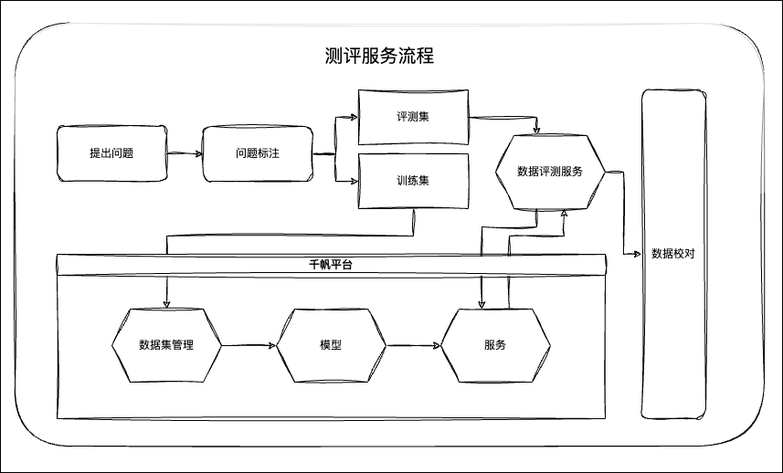
Before: chatbi/评测服务流程.drawio.png, a diagram exported from draw.io (cavaljames/work-diagrams). Source tidied: cells renumbered, new cells last; positions are measured from the earlier drawing's top-left corner, leaving out a move shared by most shapes.
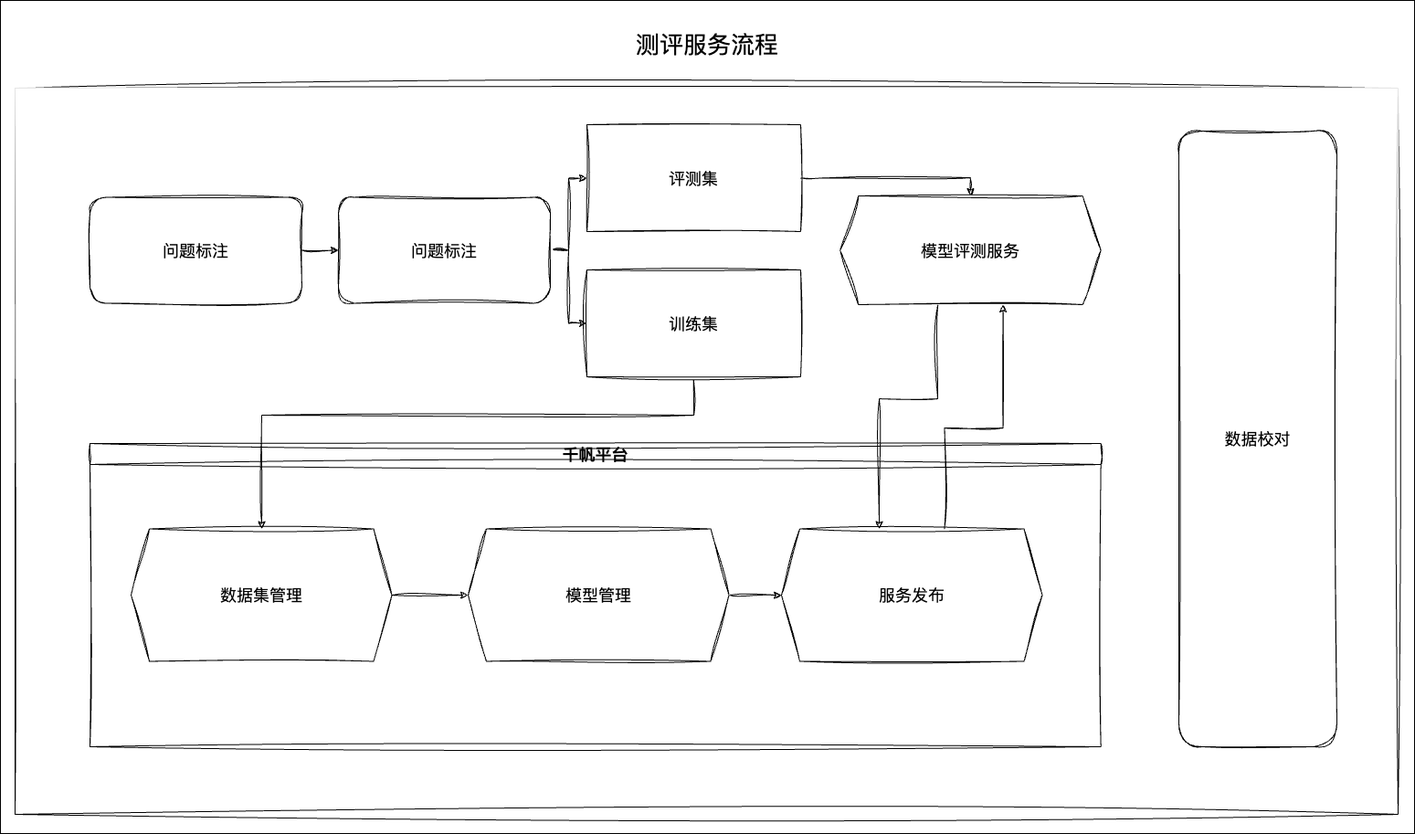
The same file after the commit.

Commit message:
更新评测服务流程.drawio.png

The edit, as a diff of the source:
```diff
@@ -3,88 +3,85 @@
     <mxCell id="0" />
     <mxCell id="1" parent="0" />
     <mxCell id="2" style="rounded=0;whiteSpace=wrap;html=1;hachureGap=4;fontFamily=Architects Daughter;fontSource=https%3A%2F%2Ffonts.googleapis.com%2Fcss%3Ffamily%3DArchitects%2BDaughter;fontSize=20;" parent="1" vertex="1">
-      <mxGeometry width="856" height="517" as="geometry" />
+      <mxGeometry x="38" y="-921" width="1548" height="912" as="geometry" />
     </mxCell>
-    <mxCell id="3" style="rounded=1;whiteSpace=wrap;html=1;sketch=1;hachureGap=4;jiggle=2;curveFitting=1;fontFamily=Architects Daughter;fontSource=https%3A%2F%2Ffonts.googleapis.com%2Fcss%3Ffamily%3DArchitects%2BDaughter;fontSize=20;align=center;shadow=0;glass=1;" parent="1" vertex="1">
-      <mxGeometry x="16" y="25" width="820" height="463" as="geometry" />
+    <mxCell id="3" style="rounded=0;whiteSpace=wrap;html=1;sketch=1;hachureGap=4;jiggle=2;curveFitting=1;fontFamily=Architects Daughter;fontSource=https%3A%2F%2Ffonts.googleapis.com%2Fcss%3Ffamily%3DArchitects%2BDaughter;fontSize=20;align=center;shadow=0;glass=1;" parent="1" vertex="1">
+      <mxGeometry x="54" y="-825" width="1514" height="795" as="geometry" />
     </mxCell>
-    <mxCell id="4" style="edgeStyle=orthogonalEdgeStyle;rounded=0;jettySize=auto;html=1;labelBackgroundColor=none;fontColor=default;sketch=1;curveFitting=1;jiggle=2;" parent="1" edge="1" source="5" target="8">
-      <mxGeometry relative="1" as="geometry" />
-    </mxCell>
-    <mxCell id="5" value="提出问题" style="rounded=1;whiteSpace=wrap;html=1;labelBackgroundColor=none;sketch=1;curveFitting=1;jiggle=2;" parent="1" vertex="1">
-      <mxGeometry x="62" y="138" width="120" height="60" as="geometry" />
-    </mxCell>
-    <mxCell id="6" style="edgeStyle=orthogonalEdgeStyle;rounded=0;jettySize=auto;html=1;entryX=0;entryY=0.5;entryDx=0;entryDy=0;labelBackgroundColor=none;fontColor=default;sketch=1;curveFitting=1;jiggle=2;" parent="1" edge="1" source="8" target="10">
-      <mxGeometry relative="1" as="geometry" />
-    </mxCell>
-    <mxCell id="7" style="edgeStyle=orthogonalEdgeStyle;rounded=0;jettySize=auto;html=1;exitX=1;exitY=0.5;exitDx=0;exitDy=0;entryX=0;entryY=0.5;entryDx=0;entryDy=0;labelBackgroundColor=none;fontColor=default;sketch=1;curveFitting=1;jiggle=2;" parent="1" edge="1" source="8" target="12">
-      <mxGeometry relative="1" as="geometry" />
-    </mxCell>
+    <mxCell id="25" style="edgeStyle=orthogonalEdgeStyle;rounded=0;sketch=1;hachureGap=4;jiggle=2;curveFitting=1;jettySize=auto;html=1;exitX=1;exitY=0.5;exitDx=0;exitDy=0;entryX=0;entryY=0.5;entryDx=0;entryDy=0;fontFamily=Architects Daughter;fontSource=https%3A%2F%2Ffonts.googleapis.com%2Fcss%3Ffamily%3DArchitects%2BDaughter;fontSize=16;" parent="1" edge="1" source="8" target="38">
+      <mxGeometry relative="1" as="geometry" />
+    </mxCell>
-    <mxCell id="8" value="问题标注" style="whiteSpace=wrap;html=1;rounded=1;labelBackgroundColor=none;sketch=1;curveFitting=1;jiggle=2;" parent="1" vertex="1">
-      <mxGeometry x="222" y="138" width="120" height="60" as="geometry" />
+    <mxCell id="8" value="&lt;font style=&quot;font-size: 18px;&quot;&gt;问题标注&lt;/font&gt;" style="whiteSpace=wrap;html=1;rounded=1;labelBackgroundColor=none;sketch=1;curveFitting=1;jiggle=2;" parent="1" vertex="1">
+      <mxGeometry x="136" y="-705.5" width="232" height="116" as="geometry" />
     </mxCell>
-    <mxCell id="9" style="edgeStyle=orthogonalEdgeStyle;rounded=0;jettySize=auto;html=1;exitX=1;exitY=0.5;exitDx=0;exitDy=0;entryX=0.375;entryY=0;entryDx=0;entryDy=0;labelBackgroundColor=none;fontColor=default;sketch=1;curveFitting=1;jiggle=2;" parent="1" edge="1" source="10" target="22">
-      <mxGeometry relative="1" as="geometry" />
-    </mxCell>
-    <mxCell id="10" value="评测集" style="rounded=0;whiteSpace=wrap;html=1;labelBackgroundColor=none;sketch=1;curveFitting=1;jiggle=2;" parent="1" vertex="1">
-      <mxGeometry x="392" y="98" width="120" height="60" as="geometry" />
-    </mxCell>
-    <mxCell id="11" style="edgeStyle=orthogonalEdgeStyle;rounded=0;jettySize=auto;html=1;exitX=0.5;exitY=1;exitDx=0;exitDy=0;labelBackgroundColor=none;fontColor=default;sketch=1;curveFitting=1;jiggle=2;" parent="1" edge="1" source="12" target="19">
-      <mxGeometry relative="1" as="geometry">
-        <Array as="points">
-          <mxPoint x="452" y="258" />
-          <mxPoint x="182" y="258" />
-        </Array>
-      </mxGeometry>
-    </mxCell>
+    <mxCell id="26" style="edgeStyle=orthogonalEdgeStyle;rounded=0;sketch=1;hachureGap=4;jiggle=2;curveFitting=1;jettySize=auto;html=1;exitX=1;exitY=0.5;exitDx=0;exitDy=0;entryX=0.5;entryY=0;entryDx=0;entryDy=0;fontFamily=Architects Daughter;fontSource=https%3A%2F%2Ffonts.googleapis.com%2Fcss%3Ffamily%3DArchitects%2BDaughter;fontSize=16;" parent="1" edge="1" source="12" target="34">
+      <mxGeometry relative="1" as="geometry" />
+    </mxCell>
-    <mxCell id="12" value="训练集" style="rounded=0;whiteSpace=wrap;html=1;labelBackgroundColor=none;sketch=1;curveFitting=1;jiggle=2;" parent="1" vertex="1">
-      <mxGeometry x="392" y="168" width="120" height="60" as="geometry" />
+    <mxCell id="12" value="&lt;font style=&quot;font-size: 18px;&quot;&gt;评测集&lt;/font&gt;" style="rounded=0;whiteSpace=wrap;html=1;labelBackgroundColor=none;sketch=1;curveFitting=1;jiggle=2;" parent="1" vertex="1">
+      <mxGeometry x="680" y="-785" width="234" height="117" as="geometry" />
     </mxCell>
-    <mxCell id="13" style="edgeStyle=orthogonalEdgeStyle;rounded=0;jettySize=auto;html=1;exitX=0.375;exitY=1;exitDx=0;exitDy=0;entryX=0.375;entryY=0;entryDx=0;entryDy=0;labelBackgroundColor=none;fontColor=default;sketch=1;curveFitting=1;jiggle=2;" parent="1" edge="1" source="22" target="20">
-      <mxGeometry relative="1" as="geometry">
-        <Array as="points">
-          <mxPoint x="587" y="248" />
-          <mxPoint x="527" y="248" />
-        </Array>
-      </mxGeometry>
-    </mxCell>
-    <mxCell id="14" style="edgeStyle=orthogonalEdgeStyle;rounded=0;jettySize=auto;html=1;exitX=0.625;exitY=0;exitDx=0;exitDy=0;entryX=0.625;entryY=1;entryDx=0;entryDy=0;labelBackgroundColor=none;fontColor=default;sketch=1;curveFitting=1;jiggle=2;" parent="1" edge="1" source="20" target="22">
-      <mxGeometry relative="1" as="geometry">
-        <Array as="points">
-          <mxPoint x="557" y="258" />
-          <mxPoint x="617" y="258" />
-        </Array>
-      </mxGeometry>
-    </mxCell>
+    <mxCell id="23" value="&lt;font style=&quot;font-size: 18px;&quot;&gt;数据校对&lt;/font&gt;" style="rounded=1;whiteSpace=wrap;html=1;labelBackgroundColor=none;sketch=1;curveFitting=1;jiggle=2;" parent="1" vertex="1">
+      <mxGeometry x="1328" y="-778" width="173.1" height="674" as="geometry" />
+    </mxCell>
-    <mxCell id="15" value="千帆平台" style="swimlane;whiteSpace=wrap;html=1;labelBackgroundColor=none;sketch=1;curveFitting=1;jiggle=2;" parent="1" vertex="1">
-      <mxGeometry x="62" y="278" width="600" height="180" as="geometry" />
+    <mxCell id="15" value="&lt;font style=&quot;font-size: 18px;&quot;&gt;千帆平台&lt;/font&gt;" style="swimlane;whiteSpace=wrap;html=1;labelBackgroundColor=none;sketch=1;curveFitting=1;jiggle=2;" parent="1" vertex="1">
+      <mxGeometry x="136" y="-436" width="1106.7" height="332" as="geometry" />
     </mxCell>
-    <mxCell id="16" style="edgeStyle=orthogonalEdgeStyle;rounded=0;jettySize=auto;html=1;exitX=1;exitY=0.5;exitDx=0;exitDy=0;entryX=0;entryY=0.5;entryDx=0;entryDy=0;labelBackgroundColor=none;fontColor=default;sketch=1;curveFitting=1;jiggle=2;" parent="15" edge="1" source="17" target="20">
-      <mxGeometry relative="1" as="geometry" />
-    </mxCell>
-    <mxCell id="17" value="模型" style="shape=hexagon;perimeter=hexagonPerimeter2;whiteSpace=wrap;html=1;fixedSize=1;labelBackgroundColor=none;sketch=1;curveFitting=1;jiggle=2;" parent="15" vertex="1">
-      <mxGeometry x="240" y="60" width="120" height="80" as="geometry" />
-    </mxCell>
-    <mxCell id="18" style="edgeStyle=orthogonalEdgeStyle;rounded=0;jettySize=auto;html=1;exitX=1;exitY=0.5;exitDx=0;exitDy=0;entryX=0;entryY=0.5;entryDx=0;entryDy=0;labelBackgroundColor=none;fontColor=default;sketch=1;curveFitting=1;jiggle=2;" parent="15" edge="1" source="19" target="17">
-      <mxGeometry relative="1" as="geometry" />
-    </mxCell>
-    <mxCell id="19" value="数据集管理" style="shape=hexagon;perimeter=hexagonPerimeter2;whiteSpace=wrap;html=1;fixedSize=1;labelBackgroundColor=none;sketch=1;curveFitting=1;jiggle=2;" parent="15" vertex="1">
-      <mxGeometry x="60" y="60" width="120" height="80" as="geometry" />
+    <mxCell id="19" value="&lt;font style=&quot;font-size: 18px;&quot;&gt;数据集管理&lt;/font&gt;" style="shape=hexagon;perimeter=hexagonPerimeter2;whiteSpace=wrap;html=1;fixedSize=1;labelBackgroundColor=none;sketch=1;curveFitting=1;jiggle=2;" parent="15" vertex="1">
+      <mxGeometry x="45" y="93.5" width="285.5" height="145" as="geometry" />
     </mxCell>
-    <mxCell id="20" value="服务" style="shape=hexagon;perimeter=hexagonPerimeter2;whiteSpace=wrap;html=1;fixedSize=1;labelBackgroundColor=none;sketch=1;curveFitting=1;jiggle=2;" parent="15" vertex="1">
-      <mxGeometry x="420" y="60" width="120" height="80" as="geometry" />
-    </mxCell>
-    <mxCell id="21" style="edgeStyle=orthogonalEdgeStyle;rounded=0;jettySize=auto;html=1;exitX=1;exitY=0.5;exitDx=0;exitDy=0;labelBackgroundColor=none;fontColor=default;sketch=1;curveFitting=1;jiggle=2;" parent="1" edge="1" source="22" target="23">
-      <mxGeometry relative="1" as="geometry" />
-    </mxCell>
-    <mxCell id="22" value="数据评测服务" style="shape=hexagon;perimeter=hexagonPerimeter2;whiteSpace=wrap;html=1;fixedSize=1;labelBackgroundColor=none;sketch=1;curveFitting=1;jiggle=2;" parent="1" vertex="1">
-      <mxGeometry x="542" y="148" width="120" height="80" as="geometry" />
-    </mxCell>
-    <mxCell id="23" value="数据校对" style="rounded=1;whiteSpace=wrap;html=1;labelBackgroundColor=none;sketch=1;curveFitting=1;jiggle=2;" parent="1" vertex="1">
-      <mxGeometry x="702" y="98" width="70" height="360" as="geometry" />
-    </mxCell>
+    <mxCell id="27" value="&lt;font style=&quot;font-size: 18px;&quot;&gt;服务发布&lt;/font&gt;" style="shape=hexagon;perimeter=hexagonPerimeter2;whiteSpace=wrap;html=1;fixedSize=1;labelBackgroundColor=none;sketch=1;curveFitting=1;jiggle=2;" parent="15" vertex="1">
+      <mxGeometry x="757" y="93.5" width="285.5" height="145" as="geometry" />
+    </mxCell>
+    <mxCell id="28" style="edgeStyle=orthogonalEdgeStyle;rounded=0;sketch=1;hachureGap=4;jiggle=2;curveFitting=1;jettySize=auto;html=1;exitX=0.375;exitY=1;exitDx=0;exitDy=0;entryX=0.375;entryY=0;entryDx=0;entryDy=0;fontFamily=Architects Daughter;fontSource=https%3A%2F%2Ffonts.googleapis.com%2Fcss%3Ffamily%3DArchitects%2BDaughter;fontSize=16;" parent="1" edge="1" source="34" target="27">
+      <mxGeometry relative="1" as="geometry">
+        <Array as="points">
+          <mxPoint x="1064" y="-485" />
+          <mxPoint x="1000" y="-485" />
+        </Array>
+      </mxGeometry>
+    </mxCell>
-    <mxCell id="24" value="测评服务流程" style="text;strokeColor=none;align=center;fillColor=none;html=1;verticalAlign=middle;whiteSpace=wrap;rounded=0;fontSize=20;fontFamily=Architects Daughter;" parent="1" vertex="1">
-      <mxGeometry x="342" y="46" width="147" height="30" as="geometry" />
+    <mxCell id="24" value="&lt;font style=&quot;font-size: 26px;&quot;&gt;测评服务流程&lt;/font&gt;" style="text;strokeColor=none;align=center;fillColor=none;html=1;verticalAlign=middle;whiteSpace=wrap;rounded=0;fontSize=20;fontFamily=Architects Daughter;" parent="1" vertex="1">
+      <mxGeometry x="690.2" y="-886" width="243.5" height="30" as="geometry" />
     </mxCell>
+    <mxCell id="29" style="edgeStyle=orthogonalEdgeStyle;rounded=0;sketch=1;hachureGap=4;jiggle=2;curveFitting=1;jettySize=auto;html=1;exitX=1;exitY=0.5;exitDx=0;exitDy=0;entryX=0;entryY=0.5;entryDx=0;entryDy=0;fontFamily=Architects Daughter;fontSource=https%3A%2F%2Ffonts.googleapis.com%2Fcss%3Ffamily%3DArchitects%2BDaughter;fontSize=16;" parent="1" edge="1" source="31" target="27">
+      <mxGeometry relative="1" as="geometry" />
+    </mxCell>
+    <mxCell id="30" style="edgeStyle=orthogonalEdgeStyle;rounded=0;sketch=1;hachureGap=4;jiggle=2;curveFitting=1;jettySize=auto;html=1;exitX=0.625;exitY=0;exitDx=0;exitDy=0;entryX=0.625;entryY=1;entryDx=0;entryDy=0;fontFamily=Architects Daughter;fontSource=https%3A%2F%2Ffonts.googleapis.com%2Fcss%3Ffamily%3DArchitects%2BDaughter;fontSize=16;" parent="1" edge="1" source="27" target="34">
+      <mxGeometry relative="1" as="geometry">
+        <Array as="points">
+          <mxPoint x="1071" y="-453" />
+          <mxPoint x="1136" y="-453" />
+        </Array>
+      </mxGeometry>
+    </mxCell>
+    <mxCell id="31" value="&lt;span style=&quot;font-size: 18px;&quot;&gt;模型管理&lt;/span&gt;" style="shape=hexagon;perimeter=hexagonPerimeter2;whiteSpace=wrap;html=1;fixedSize=1;labelBackgroundColor=none;sketch=1;curveFitting=1;jiggle=2;" parent="1" vertex="1">
+      <mxGeometry x="550" y="-342.5" width="285.5" height="145" as="geometry" />
+    </mxCell>
+    <mxCell id="32" style="edgeStyle=orthogonalEdgeStyle;rounded=0;sketch=1;hachureGap=4;jiggle=2;curveFitting=1;jettySize=auto;html=1;exitX=1;exitY=0.5;exitDx=0;exitDy=0;fontFamily=Architects Daughter;fontSource=https%3A%2F%2Ffonts.googleapis.com%2Fcss%3Ffamily%3DArchitects%2BDaughter;fontSize=16;" parent="1" edge="1" source="19" target="31">
+      <mxGeometry relative="1" as="geometry" />
+    </mxCell>
+    <mxCell id="33" style="edgeStyle=orthogonalEdgeStyle;rounded=0;sketch=1;hachureGap=4;jiggle=2;curveFitting=1;jettySize=auto;html=1;exitX=0.5;exitY=1;exitDx=0;exitDy=0;fontFamily=Architects Daughter;fontSource=https%3A%2F%2Ffonts.googleapis.com%2Fcss%3Ffamily%3DArchitects%2BDaughter;fontSize=16;" parent="1" edge="1" source="35" target="19">
+      <mxGeometry relative="1" as="geometry">
+        <Array as="points">
+          <mxPoint x="797" y="-467" />
+          <mxPoint x="324" y="-467" />
+        </Array>
+      </mxGeometry>
+    </mxCell>
+    <mxCell id="34" value="&lt;font style=&quot;font-size: 18px;&quot;&gt;模型评测服务&lt;/font&gt;" style="shape=hexagon;perimeter=hexagonPerimeter2;whiteSpace=wrap;html=1;fixedSize=1;labelBackgroundColor=none;sketch=1;curveFitting=1;jiggle=2;" parent="1" vertex="1">
+      <mxGeometry x="957.1" y="-707" width="285.5" height="119" as="geometry" />
+    </mxCell>
+    <mxCell id="35" value="&lt;font style=&quot;font-size: 18px;&quot;&gt;训练集&lt;/font&gt;" style="rounded=0;whiteSpace=wrap;html=1;labelBackgroundColor=none;sketch=1;curveFitting=1;jiggle=2;" parent="1" vertex="1">
+      <mxGeometry x="680" y="-626" width="234" height="117" as="geometry" />
+    </mxCell>
+    <mxCell id="36" style="edgeStyle=orthogonalEdgeStyle;rounded=0;sketch=1;hachureGap=4;jiggle=2;curveFitting=1;jettySize=auto;html=1;exitX=1;exitY=0.5;exitDx=0;exitDy=0;entryX=0;entryY=0.5;entryDx=0;entryDy=0;fontFamily=Architects Daughter;fontSource=https%3A%2F%2Ffonts.googleapis.com%2Fcss%3Ffamily%3DArchitects%2BDaughter;fontSize=16;" parent="1" edge="1" source="38" target="12">
+      <mxGeometry relative="1" as="geometry" />
+    </mxCell>
+    <mxCell id="37" style="edgeStyle=orthogonalEdgeStyle;rounded=0;sketch=1;hachureGap=4;jiggle=2;curveFitting=1;jettySize=auto;html=1;exitX=1;exitY=0.5;exitDx=0;exitDy=0;entryX=0;entryY=0.5;entryDx=0;entryDy=0;fontFamily=Architects Daughter;fontSource=https%3A%2F%2Ffonts.googleapis.com%2Fcss%3Ffamily%3DArchitects%2BDaughter;fontSize=16;" parent="1" edge="1" source="38" target="35">
+      <mxGeometry relative="1" as="geometry" />
+    </mxCell>
+    <mxCell id="38" value="&lt;font style=&quot;font-size: 18px;&quot;&gt;问题标注&lt;/font&gt;" style="whiteSpace=wrap;html=1;rounded=1;labelBackgroundColor=none;sketch=1;curveFitting=1;jiggle=2;" parent="1" vertex="1">
+      <mxGeometry x="408" y="-705.5" width="232" height="116" as="geometry" />
+    </mxCell>
   </root>
 </mxGraphModel>
```
